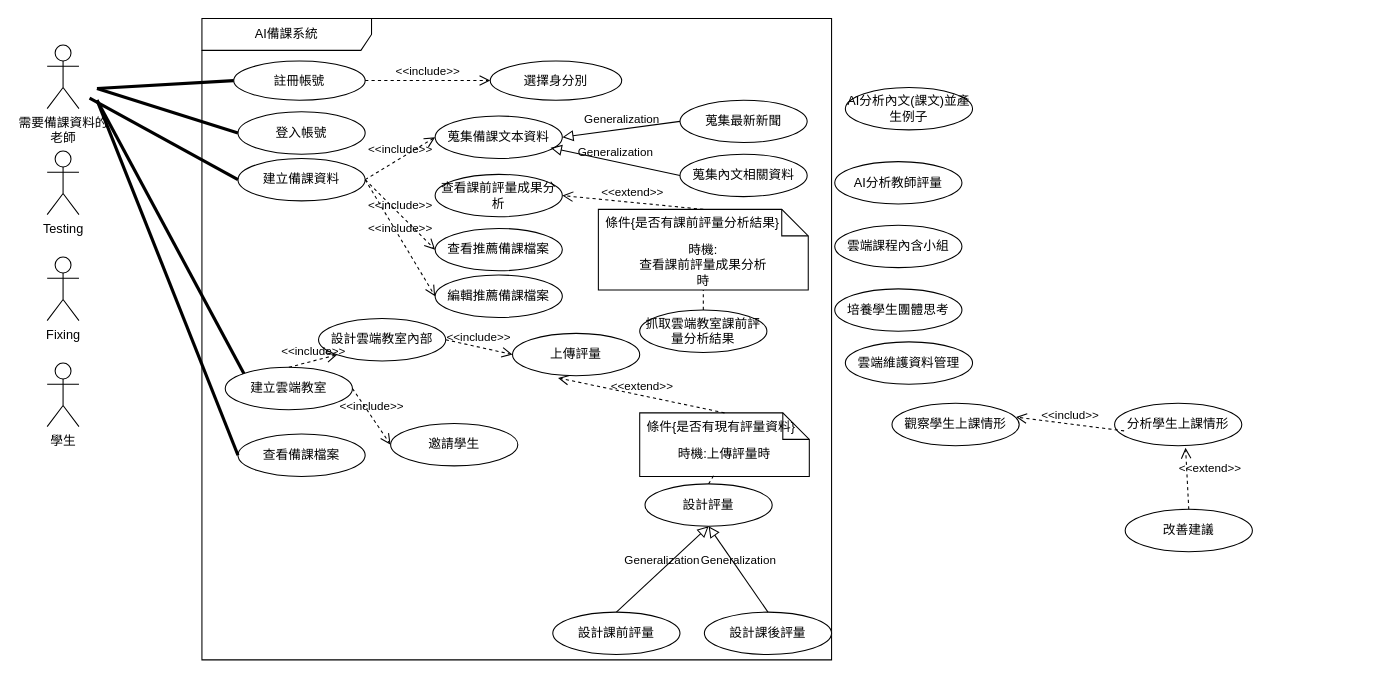
The draw.io diagram page "第 1 页" (1 of 2) of 顧客關係圖.drawio in Kevincheng0804/System-analysis, before the edit. Source tidied: cells renumbered, new cells numbered last; positions are measured from the earlier drawing's top-left corner, leaving out a move shared by most shapes. Both pictures are drawn from the tidied source at 106%, with x=0, y=0 at pixel (47, 18).
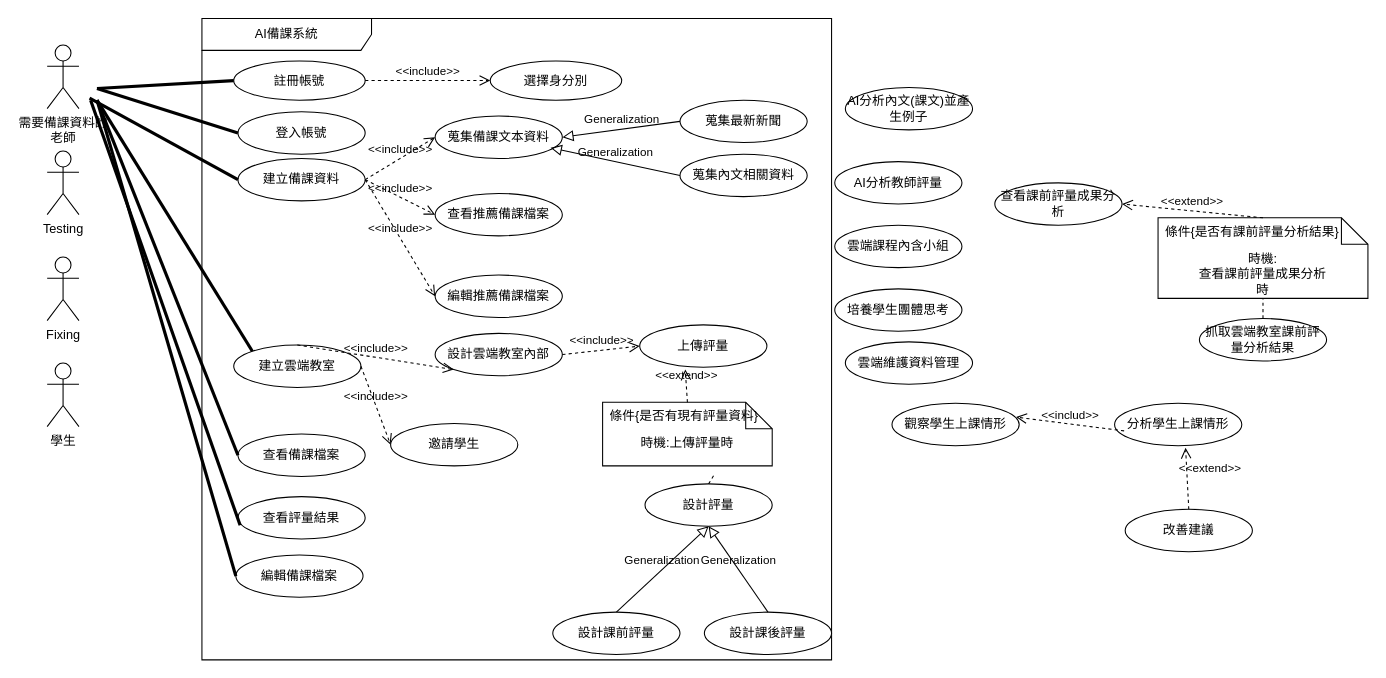
Above is the later version.

Commit message:
extend的現會影響到老師與這個功能的關係嗎

Unchanged cells that the change refers to:
```xml
<mxCell id="5" value="AI備課系統" style="shape=umlFrame;whiteSpace=wrap;html=1;width=160;" parent="1" vertex="1">
  <mxGeometry x="146" width="594" height="605" as="geometry" />
</mxCell>
```

The edit, as a diff of the source:
```diff
@@
     <mxCell id="17" value="建立雲端教室" style="ellipse;html=1;whiteSpace=wrap;" parent="5" vertex="1">
-      <mxGeometry x="22" y="329" width="120" height="40" as="geometry" />
+      <mxGeometry x="30" y="308" width="120" height="40" as="geometry" />
     </mxCell>
@@
     <mxCell id="22" value="查看推薦備課檔案" style="ellipse;html=1;whiteSpace=wrap;" parent="5" vertex="1">
-      <mxGeometry x="220" y="198" width="120" height="40" as="geometry" />
+      <mxGeometry x="220" y="165" width="120" height="40" as="geometry" />
     </mxCell>
-    <mxCell id="23" value="&lt;div&gt;查看課前評量成果分析&lt;/div&gt;" style="ellipse;html=1;whiteSpace=wrap;" parent="5" vertex="1">
-      <mxGeometry x="220" y="147" width="120" height="40" as="geometry" />
-    </mxCell>
@@
     <mxCell id="35" value="上傳評量" style="ellipse;html=1;whiteSpace=wrap;" parent="5" vertex="1">
-      <mxGeometry x="293" y="297" width="120" height="40" as="geometry" />
+      <mxGeometry x="413" y="289" width="120" height="40" as="geometry" />
     </mxCell>
-    <mxCell id="36" value="時機:&lt;div&gt;查看課前評量成果分析&lt;/div&gt;時" style="shape=note2;boundedLbl=1;whiteSpace=wrap;html=1;size=25;verticalAlign=top;align=center;" parent="5" vertex="1">
-      <mxGeometry x="374" y="180" width="198" height="76" as="geometry" />
-    </mxCell>
-    <mxCell id="37" value="條件{是否有課前評量分析結果}" style="strokeColor=none;fillColor=none;align=left;spacingLeft=5;" parent="36" vertex="1">
-      <mxGeometry width="198" height="25" relative="1" as="geometry" />
-    </mxCell>
-    <mxCell id="38" value="&amp;lt;&amp;lt;extend&amp;gt;&amp;gt;" style="endArrow=open;startArrow=none;endFill=0;startFill=0;endSize=8;html=1;verticalAlign=bottom;dashed=1;labelBackgroundColor=none;rounded=0;exitX=0.5;exitY=0;exitDx=0;exitDy=0;entryX=1;entryY=0.5;entryDx=0;entryDy=0;" parent="5" edge="1" source="37" target="23">
-      <mxGeometry relative="1" as="geometry" />
-    </mxCell>
     <mxCell id="39" value="設計雲端教室內部" style="ellipse;html=1;whiteSpace=wrap;" parent="5" vertex="1">
-      <mxGeometry x="110" y="283" width="120" height="40" as="geometry" />
+      <mxGeometry x="220" y="297" width="120" height="40" as="geometry" />
     </mxCell>
@@
-    <mxCell id="41" value="抓取雲端教室課前評量分析結果" style="ellipse;html=1;whiteSpace=wrap;" parent="5" vertex="1">
-      <mxGeometry x="413" y="275" width="120" height="40" as="geometry" />
-    </mxCell>
-    <mxCell id="42" style="endArrow=none;startArrow=none;endFill=0;startFill=0;endSize=8;html=1;verticalAlign=bottom;dashed=1;labelBackgroundColor=none;rounded=0;entryX=0.5;entryY=1;entryDx=0;entryDy=0;entryPerimeter=0;exitX=0.5;exitY=0;exitDx=0;exitDy=0;" parent="5" edge="1" source="41" target="36">
-      <mxGeometry relative="1" as="geometry" />
-    </mxCell>
@@
     <mxCell id="44" value="時機:上傳評量時" style="shape=note2;boundedLbl=1;whiteSpace=wrap;html=1;size=25;verticalAlign=top;align=center;" parent="5" vertex="1">
-      <mxGeometry x="413" y="372" width="160" height="60" as="geometry" />
+      <mxGeometry x="378" y="362" width="160" height="60" as="geometry" />
     </mxCell>
@@
+    <mxCell id="64" value="查看評量結果" style="ellipse;html=1;whiteSpace=wrap;" parent="5" vertex="1">
+      <mxGeometry x="34" y="451" width="120" height="40" as="geometry" />
+    </mxCell>
+    <mxCell id="65" value="編輯備課檔案" style="ellipse;html=1;whiteSpace=wrap;" parent="5" vertex="1">
+      <mxGeometry x="32" y="506" width="120" height="40" as="geometry" />
+    </mxCell>
@@
+    <mxCell id="66" style="endArrow=none;startArrow=none;endFill=0;startFill=0;endSize=8;html=1;verticalAlign=bottom;labelBackgroundColor=none;strokeWidth=3;rounded=0;entryX=0.017;entryY=0.675;entryDx=0;entryDy=0;entryPerimeter=0;" parent="1" edge="1" target="64">
+      <mxGeometry relative="1" as="geometry">
+        <mxPoint x="41" y="77" as="sourcePoint" />
+      </mxGeometry>
+    </mxCell>
+    <mxCell id="67" style="endArrow=none;startArrow=none;endFill=0;startFill=0;endSize=8;html=1;verticalAlign=bottom;labelBackgroundColor=none;strokeWidth=3;rounded=0;entryX=0;entryY=0.5;entryDx=0;entryDy=0;" parent="1" edge="1" target="65">
+      <mxGeometry relative="1" as="geometry">
+        <mxPoint x="47" y="77" as="sourcePoint" />
+      </mxGeometry>
+    </mxCell>
+    <mxCell id="23" value="&lt;div&gt;查看課前評量成果分析&lt;/div&gt;" style="ellipse;html=1;whiteSpace=wrap;" parent="1" vertex="1">
+      <mxGeometry x="894" y="155" width="120" height="40" as="geometry" />
+    </mxCell>
+    <mxCell id="36" value="時機:&lt;div&gt;查看課前評量成果分析&lt;/div&gt;時" style="shape=note2;boundedLbl=1;whiteSpace=wrap;html=1;size=25;verticalAlign=top;align=center;" parent="1" vertex="1">
+      <mxGeometry x="1048" y="188" width="198" height="76" as="geometry" />
+    </mxCell>
+    <mxCell id="37" value="條件{是否有課前評量分析結果}" style="strokeColor=none;fillColor=none;align=left;spacingLeft=5;" parent="36" vertex="1">
+      <mxGeometry width="198" height="25" relative="1" as="geometry" />
+    </mxCell>
+    <mxCell id="41" value="抓取雲端教室課前評量分析結果" style="ellipse;html=1;whiteSpace=wrap;" parent="1" vertex="1">
+      <mxGeometry x="1087" y="283" width="120" height="40" as="geometry" />
+    </mxCell>
+    <mxCell id="38" value="&amp;lt;&amp;lt;extend&amp;gt;&amp;gt;" style="endArrow=open;startArrow=none;endFill=0;startFill=0;endSize=8;html=1;verticalAlign=bottom;dashed=1;labelBackgroundColor=none;rounded=0;exitX=0.5;exitY=0;exitDx=0;exitDy=0;entryX=1;entryY=0.5;entryDx=0;entryDy=0;" parent="1" edge="1" source="37" target="23">
+      <mxGeometry relative="1" as="geometry" />
+    </mxCell>
+    <mxCell id="42" style="endArrow=none;startArrow=none;endFill=0;startFill=0;endSize=8;html=1;verticalAlign=bottom;dashed=1;labelBackgroundColor=none;rounded=0;entryX=0.5;entryY=1;entryDx=0;entryDy=0;entryPerimeter=0;exitX=0.5;exitY=0;exitDx=0;exitDy=0;" parent="1" edge="1" source="41" target="36">
+      <mxGeometry relative="1" as="geometry" />
+    </mxCell>
```
